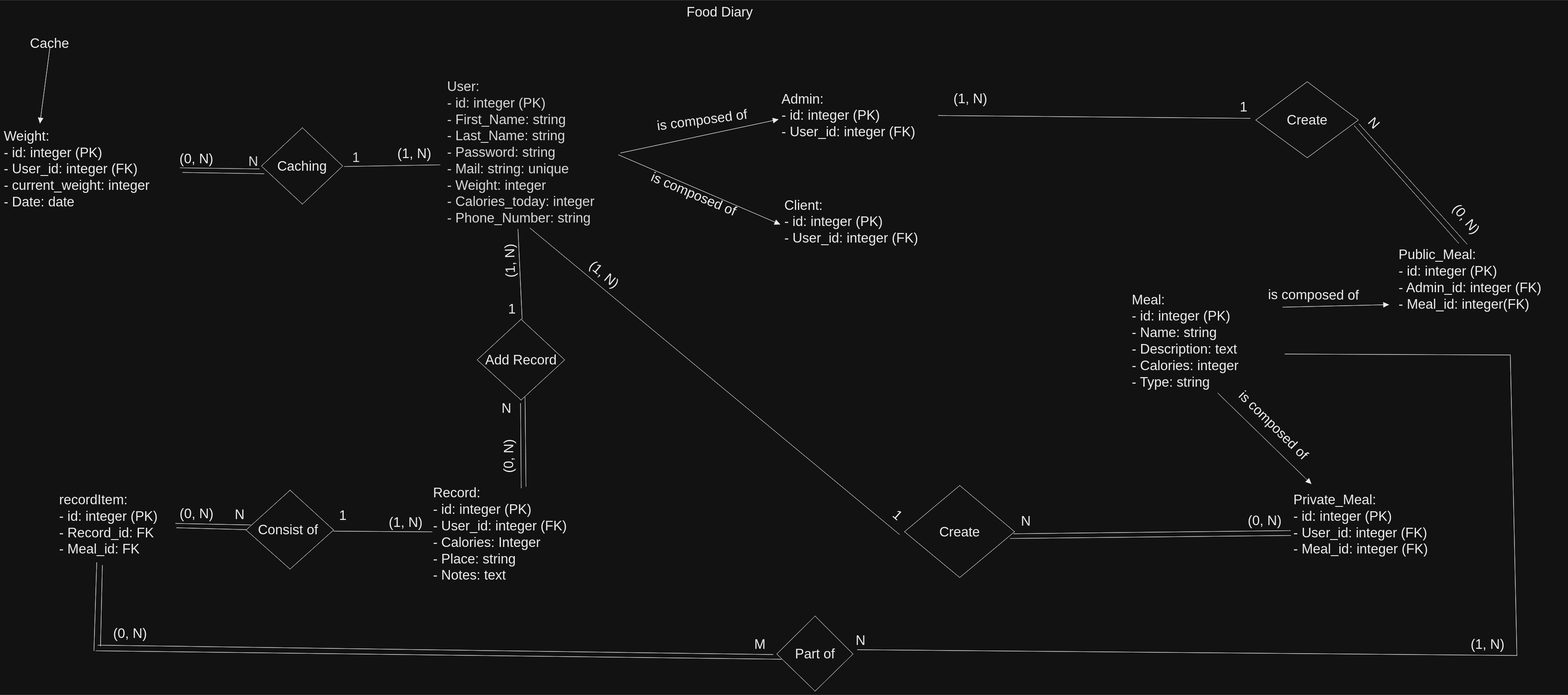
Before: Food Diary/Documentation/Database/Schema.svg, a diagram exported from Excalidraw (Abdelrhman-Samir-99/Projects). Source tidied: one line per element, renumbered; positions are measured from the earlier drawing's top-left corner, leaving out a move shared by most shapes.
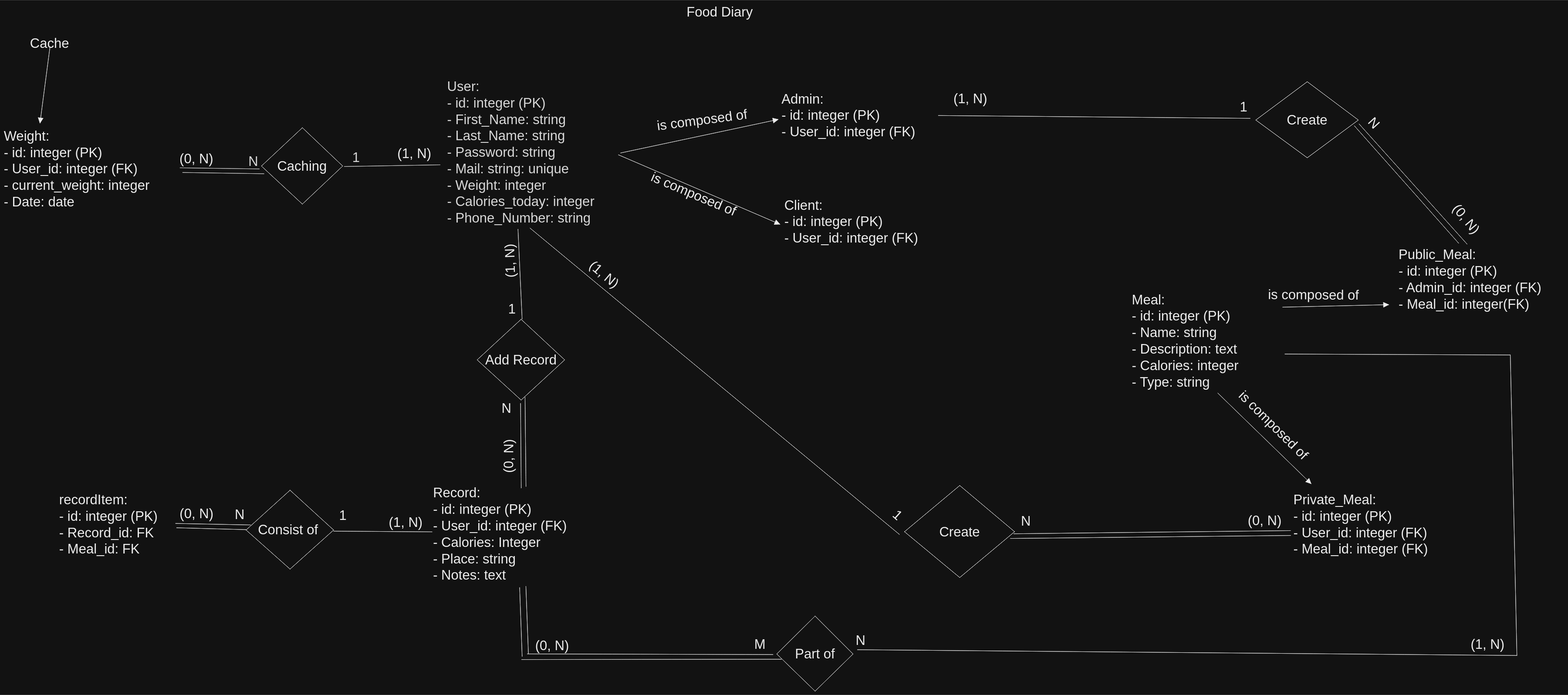
After the commit.

Commit message:
Auto stash before rebase of "origin/master"

Change to the diagram source:
```diff
@@ -48,12 +48,10 @@
 {"id": 47, "type": "line", "strokeColor": "#000000", "strokeWidth": 1, "roughness": 0, "x": 3410, "y": 932, "width": 600, "height": 2, "points": [[0, 0], [600, 2]]}
 {"id": 48, "type": "line", "strokeColor": "#000000", "strokeWidth": 1, "roughness": 0, "x": 4010, "y": 935, "width": 18, "height": 800, "points": [[0, 0], [18, 800]]}
 {"id": 49, "type": "arrow", "strokeColor": "#000000", "strokeWidth": 1, "roughness": 0, "to": 53, "x": 4028, "y": 1735, "width": 1755, "height": 15, "points": [[0, 0], [-1755, -15]]}
-{"id": 50, "type": "arrow", "strokeColor": "#000000", "strokeWidth": 1, "roughness": 0, "from": 52, "x": 2048, "y": 1732, "width": 1798, "height": 25, "points": [[0, 0], [-1798, -25]]}
+{"id": 50, "type": "arrow", "strokeColor": "#000000", "strokeWidth": 1, "roughness": 0, "from": 52, "x": 2048, "y": 1732, "width": 654, "height": 2, "points": [[0, 0], [-654, -2]]}
-{"id": 51, "type": "arrow", "strokeColor": "#000000", "strokeWidth": 1, "roughness": 0, "to": 28, "x": 258, "y": 1710, "width": 5, "height": 215, "points": [[0, 0], [5, -215]]}
 {"id": 52, "type": "text", "text": "M", "strokeColor": "#000000", "strokeWidth": 1, "roughness": 0, "fontSize": 36, "fontFamily": 2, "x": 1998, "y": 1683, "width": 38, "height": 44}
 {"id": 53, "type": "text", "text": "N", "strokeColor": "#000000", "strokeWidth": 1, "roughness": 0, "fontSize": 36, "fontFamily": 2, "x": 2268, "y": 1673, "width": 33, "height": 44}
-{"id": 54, "type": "line", "strokeColor": "#000000", "strokeWidth": 1, "roughness": 0, "x": 2070, "y": 1745, "width": 1825, "height": 22, "points": [[0, 0], [-1825, -22]]}
+{"id": 54, "type": "line", "strokeColor": "#000000", "strokeWidth": 1, "roughness": 0, "x": 2070, "y": 1745, "width": 692, "height": 1, "points": [[0, 0], [-692, 1]]}
-{"id": 55, "type": "line", "strokeColor": "#000000", "strokeWidth": 1, "roughness": 0, "x": 240, "y": 1722, "width": 8, "height": 235, "points": [[0, 0], [8, -235]]}
 {"id": 56, "type": "text", "text": "Weight:\n- id: integer (PK)\n- User_id: integer (FK)\n- current_weight: integer\n- Date: date", "strokeColor": "#000000", "strokeWidth": 1, "roughness": 0, "fontSize": 36, "fontFamily": 2, "x": 0, "y": 330, "width": 458, "height": 219}
 {"id": 57, "type": "diamond", "strokeColor": "#000000", "strokeWidth": 1, "roughness": 0, "x": 686, "y": 330, "width": 216, "height": 203}
 {"id": 58, "type": "text", "text": "Caching", "strokeColor": "#000000", "strokeWidth": 1, "roughness": 0, "fontSize": 36, "fontFamily": 2, "textAlign": "center", "verticalAlign": "middle", "inside": 57, "x": 691, "y": 409, "width": 206, "height": 44}
@@ -73,6 +71,8 @@
 {"id": 72, "type": "text", "text": "(1, N)", "strokeColor": "#000000", "strokeWidth": 1, "roughness": 0, "fontSize": 36, "fontFamily": 2, "x": 1025, "y": 1359, "width": 106, "height": 44}
 {"id": 73, "type": "text", "text": "(0, N)", "strokeColor": "#000000", "strokeWidth": 1, "roughness": 0, "fontSize": 36, "fontFamily": 2, "x": 468, "y": 1335, "width": 106, "height": 44}
 {"id": 74, "type": "text", "text": "(1, N)", "strokeColor": "#000000", "strokeWidth": 1, "roughness": 0, "fontSize": 36, "fontFamily": 2, "x": 3904, "y": 1684, "width": 106, "height": 44}
-{"id": 75, "type": "text", "text": "(0, N)", "strokeColor": "#000000", "strokeWidth": 1, "roughness": 0, "fontSize": 36, "fontFamily": 2, "x": 291, "y": 1654, "width": 106, "height": 44}
+{"id": 75, "type": "text", "text": "(0, N)", "strokeColor": "#000000", "strokeWidth": 1, "roughness": 0, "fontSize": 36, "fontFamily": 2, "x": 1414, "y": 1687, "width": 106, "height": 44}
 {"id": 76, "type": "text", "text": "Cache", "strokeColor": "#000000", "strokeWidth": 1, "roughness": 0, "fontSize": 36, "fontFamily": 2, "x": 70, "y": 84, "width": 115, "height": 44}
 {"id": 77, "type": "arrow", "strokeColor": "#000000", "strokeWidth": 1, "roughness": 0, "endArrowhead": "triangle", "to": 56, "x": 123, "y": 114, "width": 27, "height": 203, "points": [[0, 0], [-27, 203]]}
+{"id": 78, "type": "arrow", "strokeColor": "#000000", "strokeWidth": 1, "roughness": 0, "from": 7, "x": 1373, "y": 1554, "width": 7, "height": 183, "points": [[0, 0], [7, 183]]}
+{"id": 79, "type": "arrow", "strokeColor": "#000000", "strokeWidth": 1, "roughness": 0, "from": 7, "x": 1390, "y": 1551, "width": 7, "height": 180, "points": [[0, 0], [7, 180]]}
```
